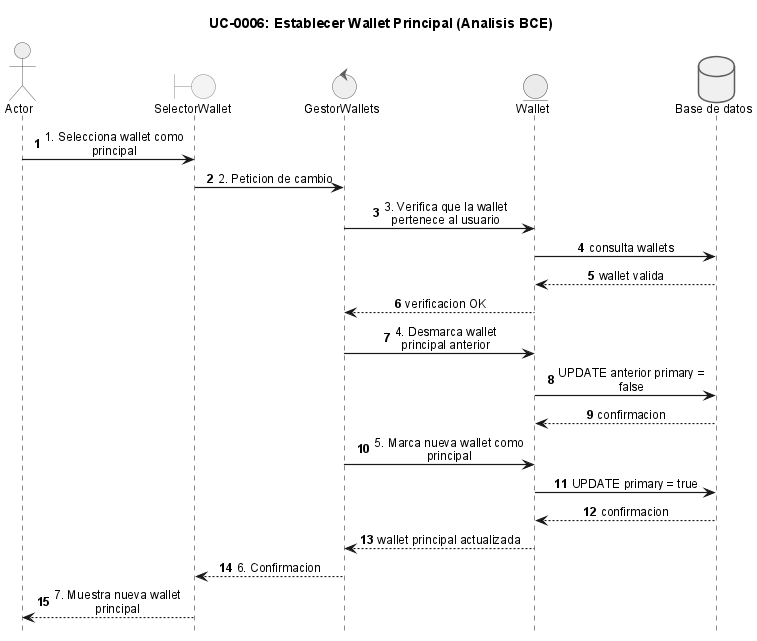
This is anexos/diagramas/seq-bce-uc0006-primary-wallet.png from ErDeivih/DocumentChain, a PlantUML export, as it was before one commit. Its diagram source:
```plantuml
@startuml
!include _sequence-bce-style.puml

title UC-0006: Establecer Wallet Principal (Analisis BCE)

actor Actor
boundary "SelectorWallet" as BF
control "GestorWallets" as CW
entity "Wallet" as EW

database "Base de datos" as DB

Actor -> BF : 1. Selecciona wallet como principal
BF -> CW : 2. Peticion de cambio
CW -> EW : 3. Verifica que la wallet pertenece al usuario
EW -> DB : consulta wallets
DB --> EW : wallet valida
EW --> CW : verificacion OK

CW -> EW : 4. Desmarca wallet principal anterior
EW -> DB : UPDATE anterior primary = false
DB --> EW : confirmacion

CW -> EW : 5. Marca nueva wallet como principal
EW -> DB : UPDATE primary = true
DB --> EW : confirmacion
EW --> CW : wallet principal actualizada

CW --> BF : 6. Confirmacion
BF --> Actor : 7. Muestra nueva wallet principal

@enduml
```
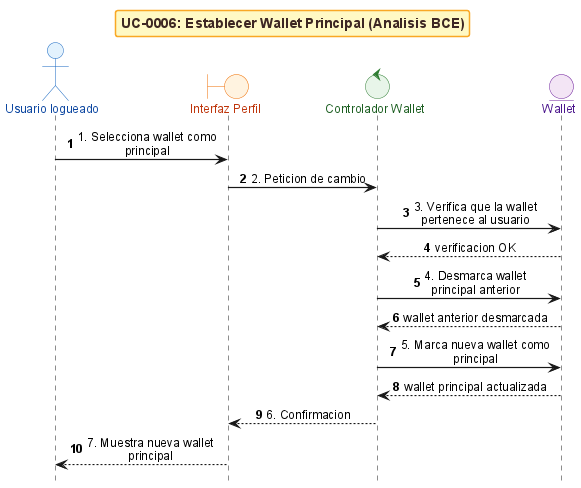
After the change.

The edit, as a diff of the source:
```diff
@@ -3,27 +3,21 @@
 
 title UC-0006: Establecer Wallet Principal (Analisis BCE)
 
-actor Actor
-boundary "SelectorWallet" as BF
-control "GestorWallets" as CW
+actor "Usuario logueado" as Actor
+boundary "Interfaz Perfil" as BF
+control "Controlador Wallet" as CW
 entity "Wallet" as EW
 
-database "Base de datos" as DB
 
 Actor -> BF : 1. Selecciona wallet como principal
 BF -> CW : 2. Peticion de cambio
 CW -> EW : 3. Verifica que la wallet pertenece al usuario
-EW -> DB : consulta wallets
-DB --> EW : wallet valida
 EW --> CW : verificacion OK
 
 CW -> EW : 4. Desmarca wallet principal anterior
-EW -> DB : UPDATE anterior primary = false
-DB --> EW : confirmacion
+EW --> CW : wallet anterior desmarcada
 
 CW -> EW : 5. Marca nueva wallet como principal
-EW -> DB : UPDATE primary = true
-DB --> EW : confirmacion
 EW --> CW : wallet principal actualizada
 
 CW --> BF : 6. Confirmacion
```
